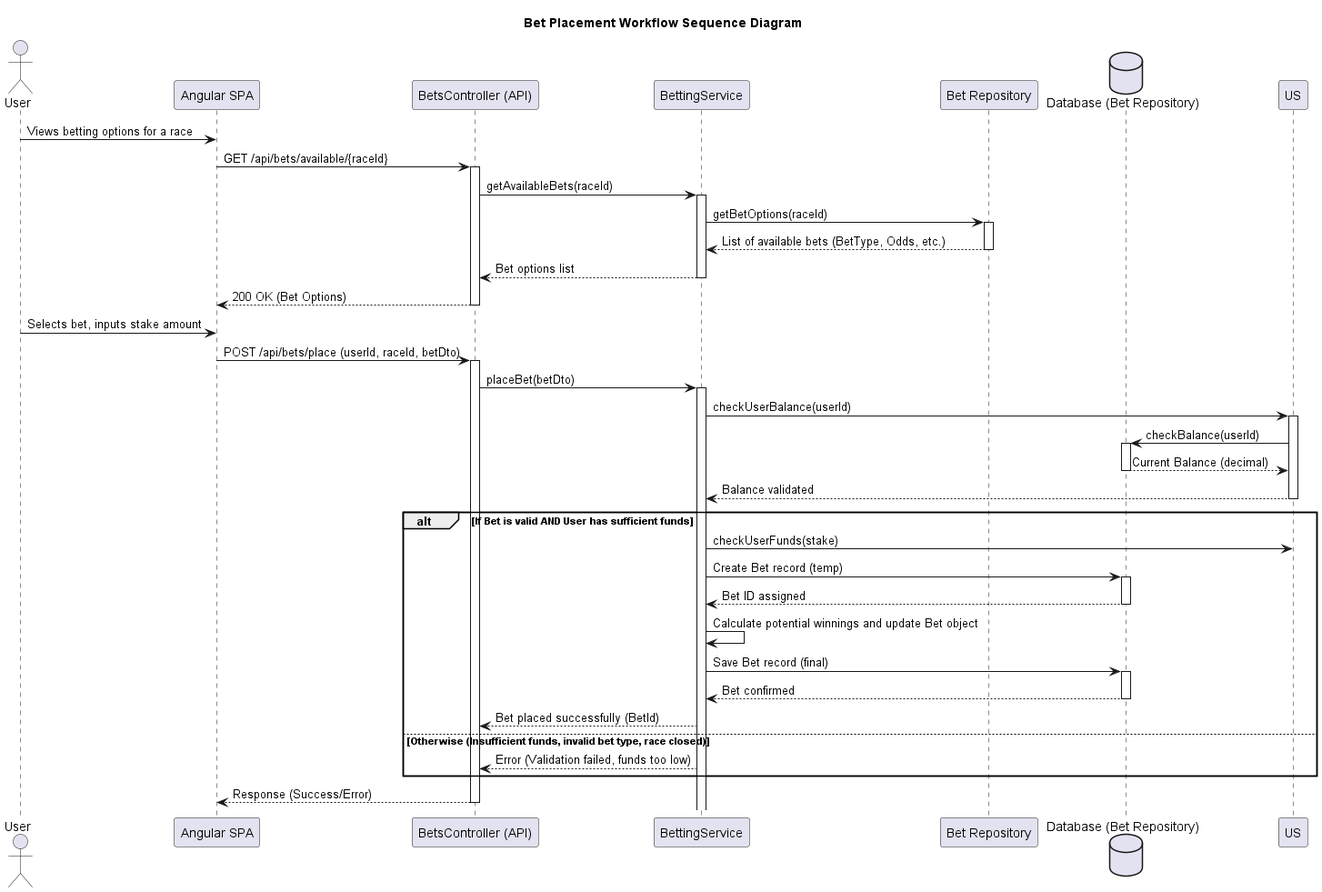
Above: docs/sequences/bet_placement.png in micjaw310589/f1-betting-game (PlantUML), before the change. Source of this version:
```plantuml
@startuml
title Bet Placement Workflow Sequence Diagram

actor User
participant "Angular SPA" as SPA
participant "BetsController (API)" as API
participant "BettingService" as BS
participant "Bet Repository" as BR
database "Database (Bet Repository)" as DB

User -> SPA : Views betting options for a race
SPA -> API : GET /api/bets/available/{raceId}
activate API
API -> BS : getAvailableBets(raceId)
activate BS

BS -> BR : getBetOptions(raceId)
activate BR
BR --> BS : List of available bets (BetType, Odds, etc.)
deactivate BR

BS --> API : Bet options list
deactivate BS
API --> SPA : 200 OK (Bet Options)
deactivate API

User -> SPA : Selects bet, inputs stake amount
SPA -> API : POST /api/bets/place (userId, raceId, betDto)
activate API
API -> BS : placeBet(betDto)
activate BS

BS -> US : checkUserBalance(userId)
activate US
US -> DB : checkBalance(userId)
activate DB
DB --> US : Current Balance (decimal)
deactivate DB
US --> BS : Balance validated
deactivate US

alt If Bet is valid AND User has sufficient funds
  BS -> US : checkUserFunds(stake)
  BS -> DB : Create Bet record (temp)
  activate DB
  DB --> BS : Bet ID assigned
  deactivate DB
  BS -> BS : Calculate potential winnings and update Bet object
  BS -> DB : Save Bet record (final)
  activate DB
  DB --> BS : Bet confirmed
  deactivate DB
  BS --> API : Bet placed successfully (BetId)
else Otherwise (Insufficient funds, invalid bet type, race closed)
  BS --> API : Error (Validation failed, funds too low)
end

API --> SPA : Response (Success/Error)
deactivate API
@enduml
```
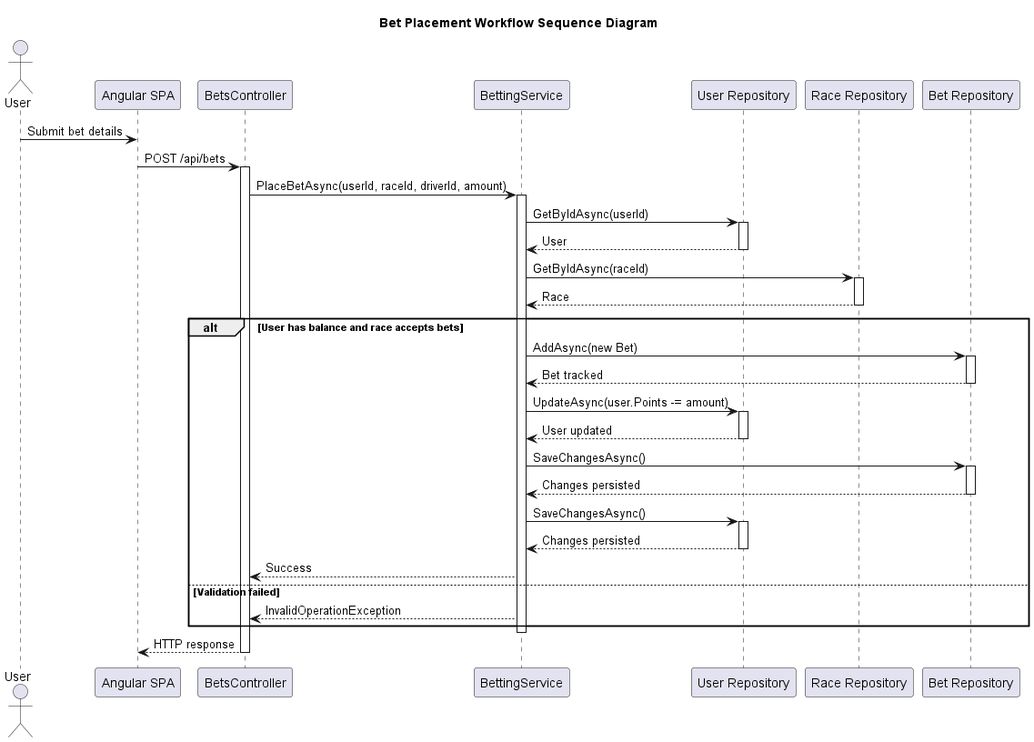
Above is the later version.

The edit, as a diff of the source:
```diff
@@ -3,58 +3,56 @@
 
 actor User
 participant "Angular SPA" as SPA
-participant "BetsController (API)" as API
+participant "BetsController" as API
 participant "BettingService" as BS
+participant "User Repository" as UR
+participant "Race Repository" as RR
 participant "Bet Repository" as BR
-database "Database (Bet Repository)" as DB
 
-User -> SPA : Views betting options for a race
-SPA -> API : GET /api/bets/available/{raceId}
+User -> SPA : Submit bet details
+SPA -> API : POST /api/bets
 activate API
-API -> BS : getAvailableBets(raceId)
+API -> BS : PlaceBetAsync(userId, raceId, driverId, amount)
 activate BS
 
-BS -> BR : getBetOptions(raceId)
-activate BR
-BR --> BS : List of available bets (BetType, Odds, etc.)
-deactivate BR
+BS -> UR : GetByIdAsync(userId)
+activate UR
+UR --> BS : User
+deactivate UR
 
-BS --> API : Bet options list
+BS -> RR : GetByIdAsync(raceId)
+activate RR
+RR --> BS : Race
+deactivate RR
+
+alt User has balance and race accepts bets
+  BS -> BR : AddAsync(new Bet)
+  activate BR
+  BR --> BS : Bet tracked
+  deactivate BR
+
+  BS -> UR : UpdateAsync(user.Points -= amount)
+  activate UR
+  UR --> BS : User updated
+  deactivate UR
+
+  BS -> BR : SaveChangesAsync()
+  activate BR
+  BR --> BS : Changes persisted
+  deactivate BR
+
+  BS -> UR : SaveChangesAsync()
+  activate UR
+  UR --> BS : Changes persisted
+  deactivate UR
+
+  BS --> API : Success
+else Validation failed
+  BS --> API : InvalidOperationException
+end
+
 deactivate BS
-API --> SPA : 200 OK (Bet Options)
+API --> SPA : HTTP response
 deactivate API
 
-User -> SPA : Selects bet, inputs stake amount
-SPA -> API : POST /api/bets/place (userId, raceId, betDto)
-activate API
-API -> BS : placeBet(betDto)
-activate BS
-
-BS -> US : checkUserBalance(userId)
-activate US
-US -> DB : checkBalance(userId)
-activate DB
-DB --> US : Current Balance (decimal)
-deactivate DB
-US --> BS : Balance validated
-deactivate US
-
-alt If Bet is valid AND User has sufficient funds
-  BS -> US : checkUserFunds(stake)
-  BS -> DB : Create Bet record (temp)
-  activate DB
-  DB --> BS : Bet ID assigned
-  deactivate DB
-  BS -> BS : Calculate potential winnings and update Bet object
-  BS -> DB : Save Bet record (final)
-  activate DB
-  DB --> BS : Bet confirmed
-  deactivate DB
-  BS --> API : Bet placed successfully (BetId)
-else Otherwise (Insufficient funds, invalid bet type, race closed)
-  BS --> API : Error (Validation failed, funds too low)
-end
-
-API --> SPA : Response (Success/Error)
-deactivate API
 @enduml
```
